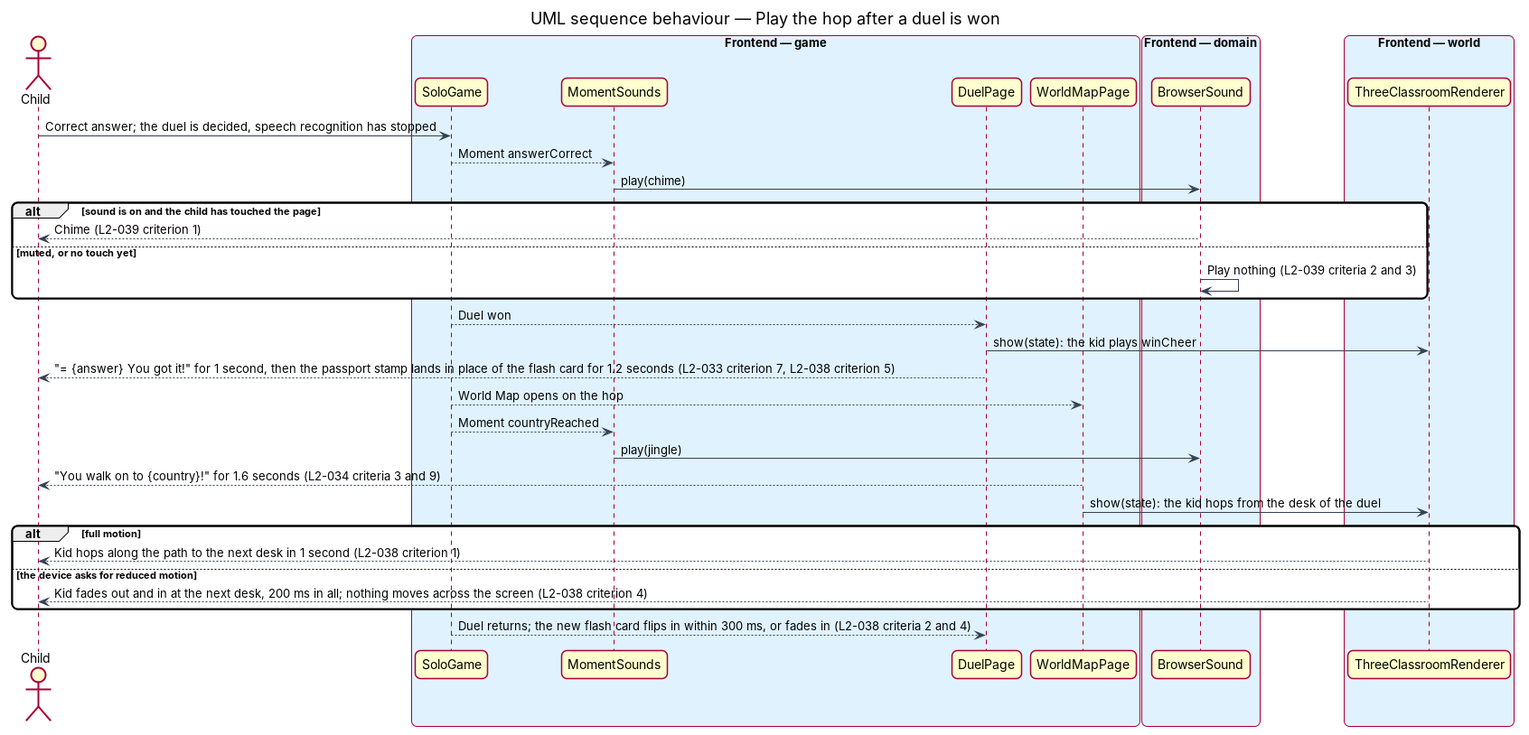
Earlier version of the PlantUML export docs/detailed-designs/classroom/play-motion-and-sound/diagrams/sequence-play-hop.png (QuinntyneBrown/around-the-world). Its source is kept beside it as docs/detailed-designs/classroom/play-motion-and-sound/diagrams/sequence-play-hop.puml.
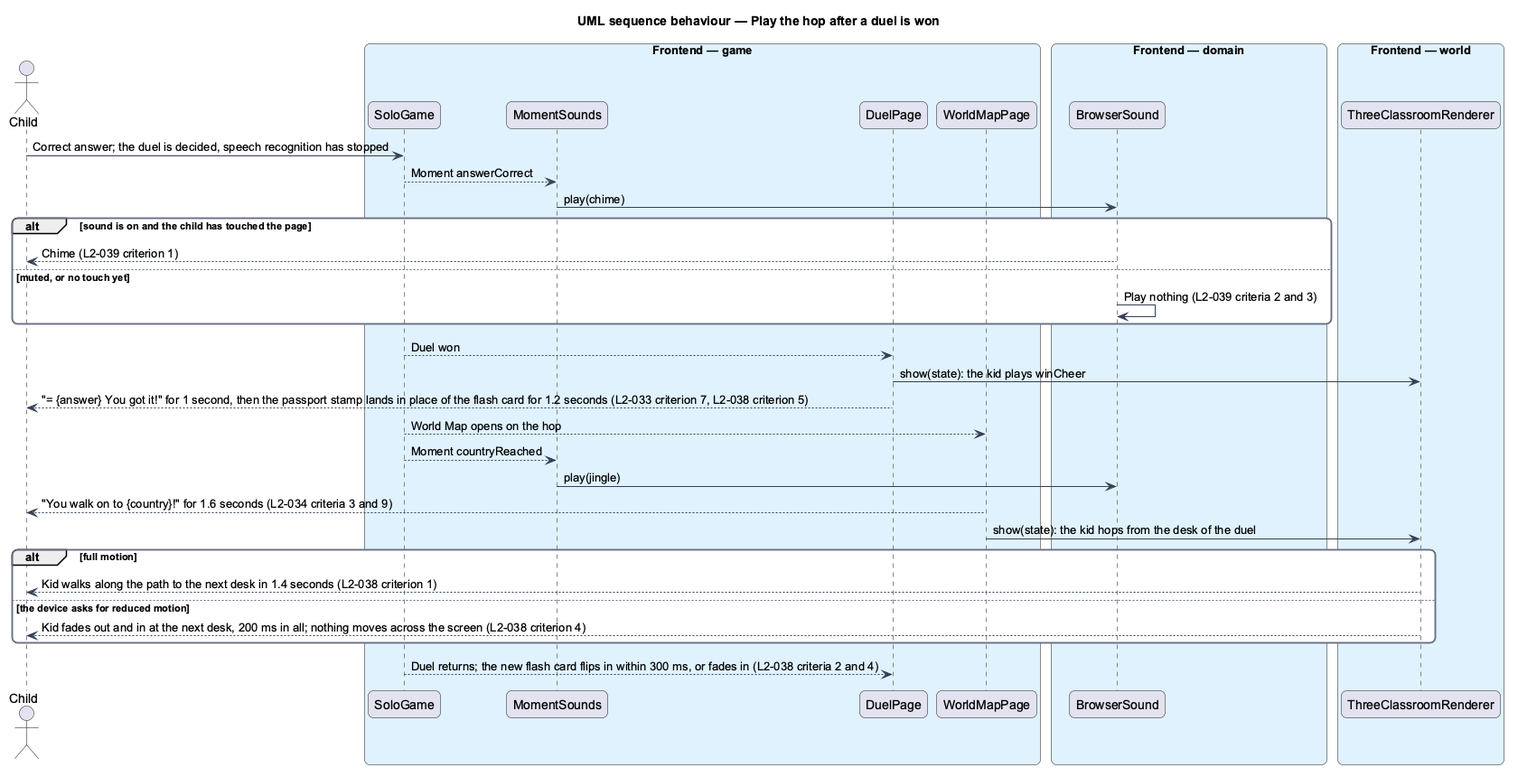
After the change.

Diff of the diagram source:
```diff
@@ -44,7 +44,7 @@
 map --> actor : "You walk on to {country}!" for 1.6 seconds (L2-034 criteria 3 and 9)
 map -> renderer : show(state): the kid hops from the desk of the duel
 alt full motion
-  renderer --> actor : Kid hops along the path to the next desk in 1 second (L2-038 criterion 1)
+  renderer --> actor : Kid walks along the path to the next desk in 1.4 seconds (L2-038 criterion 1)
 else the device asks for reduced motion
   renderer --> actor : Kid fades out and in at the next desk, 200 ms in all; nothing moves across the screen (L2-038 criterion 4)
 end
```
